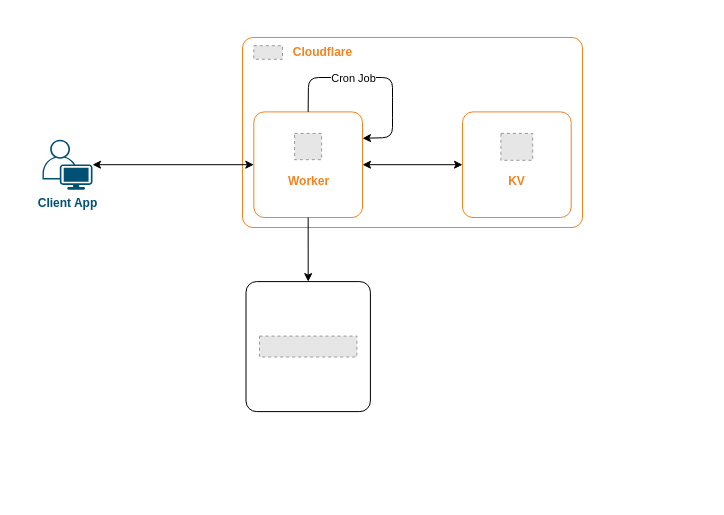
This is drawio/working-diagram.drawio from devlotfi/life-ping, a draw.io file, before an edit. Source tidied: cells renumbered, new cells numbered last; positions are measured from the earlier drawing's top-left corner, leaving out a move shared by most shapes. Both pictures are drawn from the tidied source at 100%, with x=0, y=0 at pixel (42, 37). Pictures stored in the file or linked from it are replaced by grey dashed boxes.
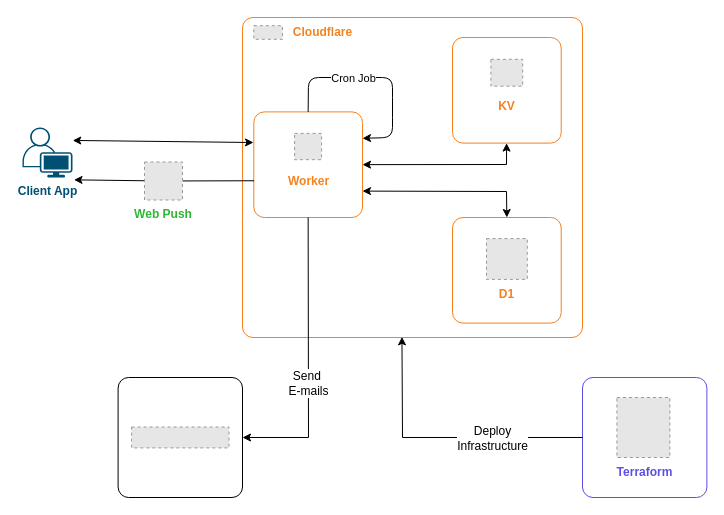
The same page after the edit.

Unchanged cells that the change refers to:
```xml
<mxCell id="6" style="rounded=1;whiteSpace=wrap;html=1;arcSize=21;absoluteArcSize=1;fillColor=none;strokeColor=light-dark(#f6821f, #ededed);fontColor=light-dark(#036897, #ededed);" parent="1" vertex="1">
  <mxGeometry x="211.3" y="74.4" width="108.7" height="105.6" as="geometry" />
</mxCell>
```

What changed in the source:
```diff
@@
+    <mxCell id="3" style="rounded=1;whiteSpace=wrap;html=1;arcSize=21;absoluteArcSize=1;fillColor=none;strokeColor=light-dark(#f6821f, #ededed);fontColor=light-dark(#036897, #ededed);" parent="1" vertex="1">
+      <mxGeometry x="200" y="-20" width="340" height="320" as="geometry" />
+    </mxCell>
+    <mxCell id="19" style="rounded=1;whiteSpace=wrap;html=1;arcSize=21;absoluteArcSize=1;fillColor=none;strokeColor=light-dark(#f6821f, #ededed);fontColor=light-dark(#036897, #ededed);" parent="1" vertex="1">
+      <mxGeometry x="410" y="180" width="108.7" height="105.6" as="geometry" />
+    </mxCell>
     <mxCell id="2" value="Client App" style="points=[[0.35,0,0],[0.98,0.51,0],[1,0.71,0],[0.67,1,0],[0,0.795,0],[0,0.65,0]];verticalLabelPosition=bottom;sketch=0;html=1;verticalAlign=top;align=center;shape=mxgraph.cisco19.user;fillColor=#005073;strokeColor=none;fontStyle=1;fontColor=light-dark(#005073, #ededed);" parent="1" vertex="1">
-      <mxGeometry y="102.2" width="50" height="50" as="geometry" />
+      <mxGeometry x="-20" y="90" width="50" height="50" as="geometry" />
     </mxCell>
-    <mxCell id="3" style="rounded=1;whiteSpace=wrap;html=1;arcSize=21;absoluteArcSize=1;fillColor=none;strokeColor=light-dark(#f6821f, #ededed);fontColor=light-dark(#036897, #ededed);" parent="1" vertex="1">
-      <mxGeometry x="200" width="340" height="190" as="geometry" />
-    </mxCell>
     <mxCell id="4" value="Cloudflare" style="text;html=1;align=center;verticalAlign=middle;strokeColor=none;fillColor=none;fontColor=light-dark(#f6821f, #ededed);fontStyle=1;" parent="1" vertex="1">
-      <mxGeometry x="240" width="80" height="30" as="geometry" />
+      <mxGeometry x="240" y="-20" width="80" height="30" as="geometry" />
     </mxCell>
     <mxCell id="5" style="fillColor=#E6E6E6;strokeColor=#999999;dashed=1;verticalLabelPosition=bottom;labelBackgroundColor=default;verticalAlign=top;" parent="1" vertex="1">
-      <mxGeometry x="211.3" y="8.2" width="28.7" height="13.6" as="geometry" />
+      <mxGeometry x="211.3" y="-11.8" width="28.7" height="13.6" as="geometry" />
     </mxCell>
@@
     <mxCell id="9" style="rounded=1;whiteSpace=wrap;html=1;arcSize=21;absoluteArcSize=1;fillColor=none;strokeColor=light-dark(#f6821f, #ededed);fontColor=light-dark(#036897, #ededed);" parent="1" vertex="1">
-      <mxGeometry x="420" y="74.4" width="108.7" height="105.6" as="geometry" />
+      <mxGeometry x="410" width="108.7" height="105.6" as="geometry" />
     </mxCell>
     <mxCell id="10" value="KV" style="text;html=1;align=center;verticalAlign=middle;strokeColor=none;fillColor=none;fontColor=light-dark(#f6821f, #ededed);fontStyle=1;" parent="1" vertex="1">
-      <mxGeometry x="454.3" y="128.5" width="40" height="30" as="geometry" />
+      <mxGeometry x="444.3" y="54.3" width="40" height="30" as="geometry" />
     </mxCell>
     <mxCell id="11" style="fillColor=#E6E6E6;strokeColor=#999999;dashed=1;verticalLabelPosition=bottom;labelBackgroundColor=default;verticalAlign=top;" parent="1" vertex="1">
-      <mxGeometry x="458.4" y="95.9" width="31.8" height="26.9" as="geometry" />
+      <mxGeometry x="448.4" y="21.8" width="31.8" height="26.9" as="geometry" />
     </mxCell>
-    <mxCell id="12" style="endArrow=classic;startArrow=classic;html=1;rounded=0;" parent="1" edge="1" source="6" target="9">
-      <mxGeometry relative="1" as="geometry" />
+    <mxCell id="12" style="endArrow=classic;startArrow=classic;html=1;rounded=0;curved=0;" parent="1" edge="1" source="6" target="9">
+      <mxGeometry relative="1" as="geometry">
+        <Array as="points">
+          <mxPoint x="464" y="127" />
+        </Array>
+      </mxGeometry>
     </mxCell>
-    <mxCell id="13" style="endArrow=classic;startArrow=classic;html=1;rounded=0;" parent="1" edge="1" source="2" target="6">
+    <mxCell id="13" style="endArrow=classic;startArrow=classic;html=1;rounded=0;exitX=1.005;exitY=0.259;exitDx=0;exitDy=0;exitPerimeter=0;entryX=-0.003;entryY=0.29;entryDx=0;entryDy=0;entryPerimeter=0;" parent="1" edge="1" source="2" target="6">
       <mxGeometry relative="1" as="geometry" />
     </mxCell>
@@
     <mxCell id="16" style="rounded=1;whiteSpace=wrap;html=1;arcSize=21;absoluteArcSize=1;fillColor=none;strokeColor=light-dark(#000000,#EDEDED);fontColor=light-dark(#036897, #ededed);" parent="1" vertex="1">
-      <mxGeometry x="203.5" y="244.1" width="124.4" height="130" as="geometry" />
+      <mxGeometry x="75.6" y="340" width="124.4" height="120" as="geometry" />
     </mxCell>
-    <mxCell id="17" style="endArrow=classic;startArrow=none;html=1;rounded=0;startFill=0;" parent="1" edge="1" source="6" target="16">
-      <mxGeometry relative="1" as="geometry" />
+    <mxCell id="17" style="endArrow=classic;startArrow=none;html=1;rounded=0;startFill=0;exitX=0.5;exitY=1;exitDx=0;exitDy=0;entryX=1;entryY=0.5;entryDx=0;entryDy=0;" parent="1" edge="1" source="6" target="16">
+      <mxGeometry relative="1" as="geometry">
+        <Array as="points">
+          <mxPoint x="266" y="400" />
+        </Array>
+      </mxGeometry>
     </mxCell>
+    <mxCell id="20" value="Send&amp;nbsp;&lt;div&gt;E-mails&lt;/div&gt;" style="edgeLabel;html=1;align=center;verticalAlign=middle;fontSize=12;" parent="17" vertex="1">
+      <mxGeometry x="0.16" relative="1" as="geometry" />
+    </mxCell>
     <mxCell id="18" style="fillColor=#E6E6E6;strokeColor=#999999;dashed=1;verticalLabelPosition=bottom;labelBackgroundColor=default;verticalAlign=top;" parent="1" vertex="1">
-      <mxGeometry x="217" y="298.6" width="97.4" height="20.9" as="geometry" />
+      <mxGeometry x="89.1" y="389.5" width="97.4" height="20.9" as="geometry" />
     </mxCell>
+    <mxCell id="21" style="endArrow=none;startArrow=none;html=1;rounded=0;startFill=0;endFill=0;entryX=0.002;entryY=0.652;entryDx=0;entryDy=0;entryPerimeter=0;" parent="1" edge="1" source="23" target="6">
+      <mxGeometry relative="1" as="geometry" />
+    </mxCell>
+    <mxCell id="22" style="endArrow=none;startArrow=classic;html=1;rounded=0;endFill=0;exitX=1.03;exitY=1.047;exitDx=0;exitDy=0;exitPerimeter=0;" parent="1" edge="1" source="2" target="23">
+      <mxGeometry relative="1" as="geometry" />
+    </mxCell>
+    <mxCell id="23" value="Web Push" style="fillColor=#E6E6E6;strokeColor=#999999;dashed=1;verticalLabelPosition=bottom;labelBackgroundColor=default;verticalAlign=top;fontStyle=1;fontColor=light-dark(#2bb835, #ededed);" parent="1" vertex="1">
+      <mxGeometry x="102" y="124.5" width="38" height="38" as="geometry" />
+    </mxCell>
+    <mxCell id="24" style="fillColor=#E6E6E6;strokeColor=#999999;dashed=1;verticalLabelPosition=bottom;labelBackgroundColor=default;verticalAlign=top;" parent="1" vertex="1">
+      <mxGeometry x="444" y="201.1" width="40.8" height="40.8" as="geometry" />
+    </mxCell>
+    <mxCell id="25" style="endArrow=classic;startArrow=classic;html=1;rounded=0;curved=0;exitX=1;exitY=0.75;exitDx=0;exitDy=0;entryX=0.5;entryY=0;entryDx=0;entryDy=0;" parent="1" edge="1" source="6" target="19">
+      <mxGeometry relative="1" as="geometry">
+        <Array as="points">
+          <mxPoint x="464" y="154" />
+        </Array>
+      </mxGeometry>
+    </mxCell>
+    <mxCell id="26" value="D1" style="text;html=1;align=center;verticalAlign=middle;strokeColor=none;fillColor=none;fontColor=light-dark(#f6821f, #ededed);fontStyle=1;" parent="1" vertex="1">
+      <mxGeometry x="444.3" y="241.9" width="40" height="30" as="geometry" />
+    </mxCell>
+    <mxCell id="27" style="fillColor=#E6E6E6;strokeColor=#999999;dashed=1;verticalLabelPosition=bottom;labelBackgroundColor=default;verticalAlign=top;" parent="1" vertex="1">
+      <mxGeometry x="574.4" y="360" width="53" height="60" as="geometry" />
+    </mxCell>
+    <mxCell id="28" style="rounded=1;whiteSpace=wrap;html=1;arcSize=21;absoluteArcSize=1;fillColor=none;strokeColor=light-dark(#5c4ee5, #EDEDED);fontColor=light-dark(#036897, #ededed);" parent="1" vertex="1">
+      <mxGeometry x="540" y="340" width="124.4" height="120" as="geometry" />
+    </mxCell>
+    <mxCell id="29" value="Terraform" style="text;html=1;align=center;verticalAlign=middle;strokeColor=none;fillColor=none;fontColor=light-dark(#5c4ee5, #ededed);fontStyle=1;" parent="1" vertex="1">
+      <mxGeometry x="567.2" y="420" width="70" height="30" as="geometry" />
+    </mxCell>
+    <mxCell id="30" style="endArrow=classic;startArrow=none;html=1;rounded=0;startFill=0;exitX=0;exitY=0.5;exitDx=0;exitDy=0;entryX=0.469;entryY=0.998;entryDx=0;entryDy=0;entryPerimeter=0;" parent="1" edge="1" source="28" target="3">
+      <mxGeometry relative="1" as="geometry">
+        <Array as="points">
+          <mxPoint x="360" y="400" />
+        </Array>
+      </mxGeometry>
+    </mxCell>
+    <mxCell id="31" value="Deploy&lt;div&gt;Infrastructure&lt;/div&gt;" style="edgeLabel;html=1;align=center;verticalAlign=middle;fontSize=12;" parent="30" vertex="1">
+      <mxGeometry x="-0.13" y="-2" relative="1" as="geometry">
+        <mxPoint x="31" y="2" as="offset" />
+      </mxGeometry>
+    </mxCell>
```
